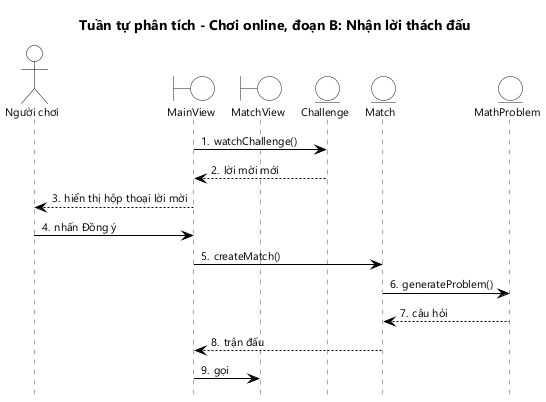
Earlier version of the PlantUML export docs/hung/tuan-tu-phan-tich-uc03b.png (HungNguyenBa1811/math-dash). The source it was exported from:
```plantuml
@startuml tuan-tu-phan-tich-uc03b
!include _seq.iuml
title Tuần tự phân tích - Chơi online, đoạn B: Nhận lời thách đấu

actor "Người chơi" as U
boundary MainView as MV
boundary MatchView as GV
entity Challenge as C
entity Match as M
entity MathProblem as Q

MV -> C : watchChallenge()
C --> MV : lời mời mới
MV --> U : hiển thị hộp thoại lời mời
U -> MV : nhấn Đồng ý
MV -> M : createMatch()
M -> Q : generateProblem()
Q --> M : câu hỏi
M --> MV : trận đấu
MV -> GV : gọi
@enduml
```
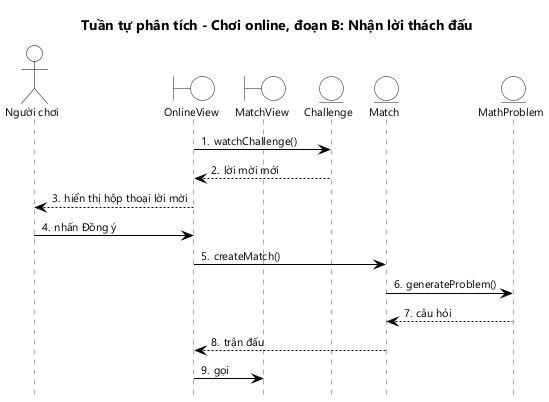
Later version of the same file.

Diff of the diagram source:
```diff
@@ -3,19 +3,19 @@
 title Tuần tự phân tích - Chơi online, đoạn B: Nhận lời thách đấu
 
 actor "Người chơi" as U
-boundary MainView as MV
+boundary OnlineView as OV
 boundary MatchView as GV
 entity Challenge as C
 entity Match as M
 entity MathProblem as Q
 
-MV -> C : watchChallenge()
-C --> MV : lời mời mới
-MV --> U : hiển thị hộp thoại lời mời
-U -> MV : nhấn Đồng ý
-MV -> M : createMatch()
+OV -> C : watchChallenge()
+C --> OV : lời mời mới
+OV --> U : hiển thị hộp thoại lời mời
+U -> OV : nhấn Đồng ý
+OV -> M : createMatch()
 M -> Q : generateProblem()
 Q --> M : câu hỏi
-M --> MV : trận đấu
-MV -> GV : gọi
+M --> OV : trận đấu
+OV -> GV : gọi
 @enduml
```
